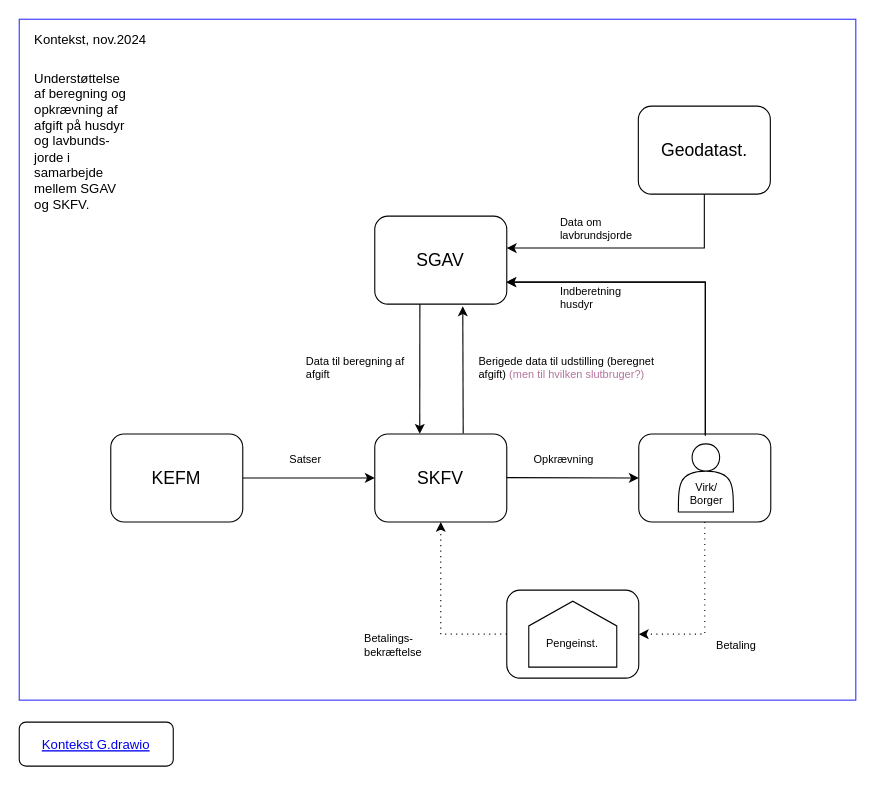
The draw.io diagram Kontekst G.drawio in Zaladk/drawio, before the edit. Source tidied: cells renumbered, new cells numbered last; positions are measured from the earlier drawing's top-left corner, leaving out a move shared by most shapes. Both pictures are drawn from the tidied source at 110%, with x=0, y=0 at pixel (19, 19).
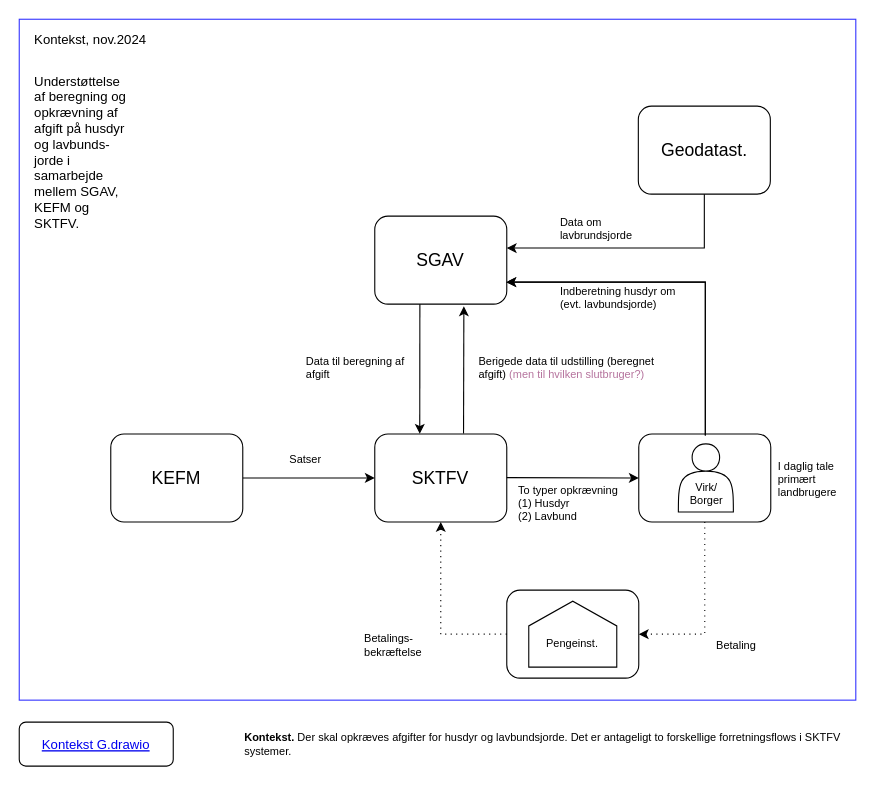
After the change.

Change to the diagram source:
```diff
@@
-    <mxCell id="5" value="SKFV" style="rounded=1;whiteSpace=wrap;html=1;fontSize=16;align=center;" parent="1" vertex="1">
+    <mxCell id="5" value="SKTFV" style="rounded=1;whiteSpace=wrap;html=1;fontSize=16;align=center;" parent="1" vertex="1">
       <mxGeometry x="323.2" y="377" width="120" height="80" as="geometry" />
     </mxCell>
@@
-    <mxCell id="11" style="rounded=0;orthogonalLoop=1;jettySize=auto;html=1;startArrow=classic;startFill=1;endArrow=none;endFill=0;entryX=0.695;entryY=-0.031;entryDx=0;entryDy=0;entryPerimeter=0;" parent="1" edge="1">
+    <mxCell id="11" style="rounded=0;orthogonalLoop=1;jettySize=auto;html=1;startArrow=classic;startFill=1;endArrow=none;endFill=0;entryX=0.695;entryY=-0.031;entryDx=0;entryDy=0;entryPerimeter=0;strokeWidth=1;" parent="1" edge="1">
       <mxGeometry relative="1" as="geometry">
-        <mxPoint x="403.2" y="261" as="sourcePoint" />
-        <mxPoint x="403.6" y="376.5" as="targetPoint" />
+        <mxPoint x="404.2" y="261" as="sourcePoint" />
+        <mxPoint x="403.9" y="376.5" as="targetPoint" />
       </mxGeometry>
     </mxCell>
@@
-    <mxCell id="18" value="Understøttelse af beregning og opkrævning af afgift på husdyr og lavbunds-jorde i samarbejde mellem SGAV og SKFV." style="rounded=0;whiteSpace=wrap;html=1;strokeColor=none;align=left;" parent="1" vertex="1">
-      <mxGeometry x="12" y="42" width="87" height="137" as="geometry" />
+    <mxCell id="18" value="Understøttelse af beregning og opkrævning af afgift på husdyr og lavbunds-jorde i samarbejde mellem SGAV, KEFM og SKTFV." style="rounded=0;whiteSpace=wrap;html=1;strokeColor=none;align=left;" parent="1" vertex="1">
+      <mxGeometry x="12" y="42" width="87" height="157" as="geometry" />
     </mxCell>
@@
-    <mxCell id="20" value="Opkrævning" style="rounded=0;whiteSpace=wrap;html=1;strokeColor=none;align=left;fontSize=10;" parent="1" vertex="1">
-      <mxGeometry x="466.2" y="390" width="75" height="20" as="geometry" />
-    </mxCell>
@@
-    <mxCell id="22" value="Indberetning husdyr" style="rounded=0;whiteSpace=wrap;html=1;strokeColor=none;align=left;fontSize=10;" parent="1" vertex="1">
-      <mxGeometry x="490.2" y="243" width="75" height="20" as="geometry" />
+    <mxCell id="22" value="Indberetning husdyr om&amp;nbsp; (evt. lavbundsjorde)" style="rounded=0;whiteSpace=wrap;html=1;strokeColor=none;align=left;fontSize=10;" parent="1" vertex="1">
+      <mxGeometry x="490.2" y="243" width="121.8" height="20" as="geometry" />
     </mxCell>
@@
+    <mxCell id="33" value="I daglig tale primært landbrugere" style="rounded=0;whiteSpace=wrap;html=1;strokeColor=none;align=left;fontSize=10;" parent="1" vertex="1">
+      <mxGeometry x="688.2" y="392" width="66.8" height="52" as="geometry" />
+    </mxCell>
+    <mxCell id="34" value="&lt;b&gt;Kontekst.&lt;/b&gt; Der skal opkræves afgifter for husdyr og lavbundsjorde. Det er antageligt to forskellige forretningsflows i SKTFV systemer." style="rounded=0;whiteSpace=wrap;html=1;strokeColor=none;align=left;fontSize=10;" parent="1" vertex="1">
+      <mxGeometry x="203.2" y="639" width="558.8" height="40" as="geometry" />
+    </mxCell>
+    <mxCell id="35" value="To typer opkrævning&lt;div&gt;(1) Husdyr&lt;/div&gt;&lt;div&gt;(2) Lavbund&lt;/div&gt;" style="rounded=0;whiteSpace=wrap;html=1;strokeColor=none;align=left;fontSize=10;" parent="1" vertex="1">
+      <mxGeometry x="451.5" y="421" width="100.5" height="37" as="geometry" />
+    </mxCell>
```
